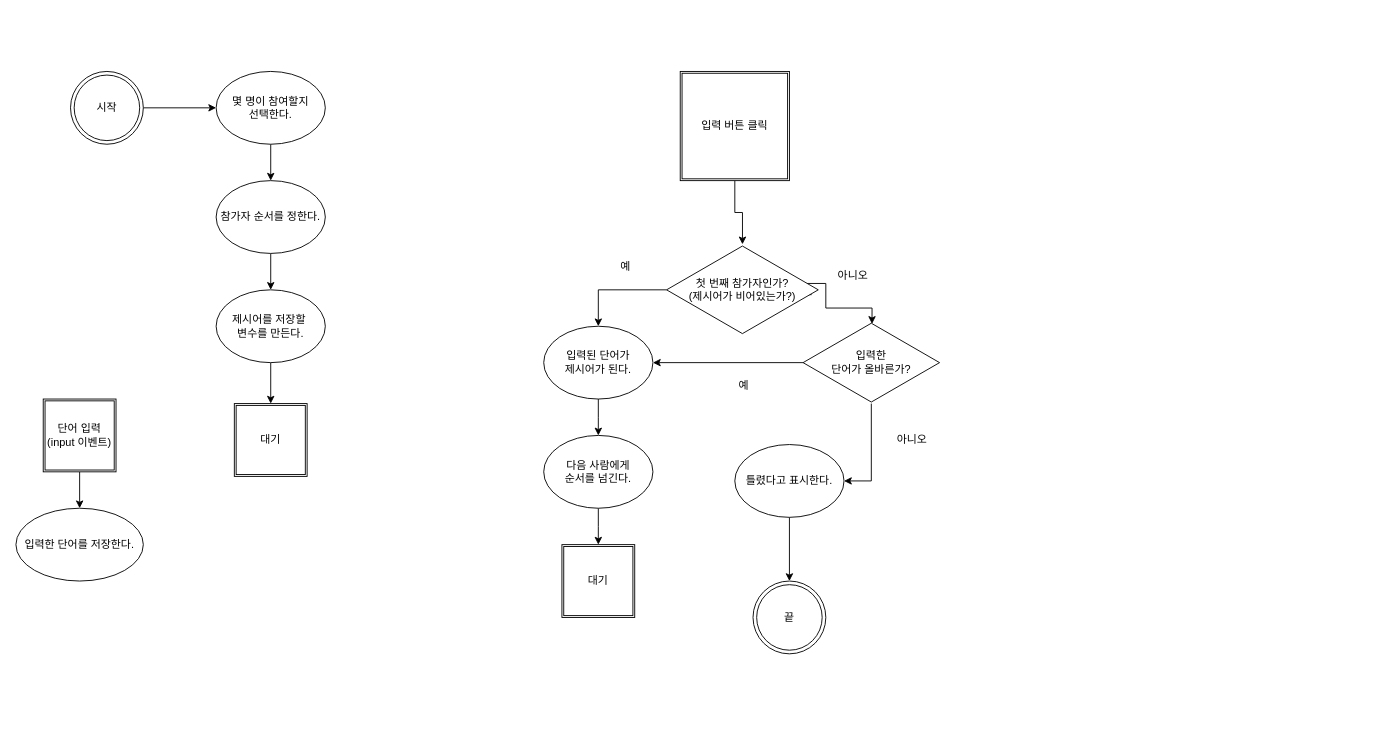
Earlier version of the draw.io diagram word-relay/끝말잇기게임 수정 순서도.drawio (0jyyyyy/WebGame). Source tidied: cells renumbered, new cells numbered last; positions are measured from the earlier drawing's top-left corner, leaving out a move shared by most shapes. Both pictures are drawn from the tidied source at 91%, with x=0, y=0 at pixel (15, 71).
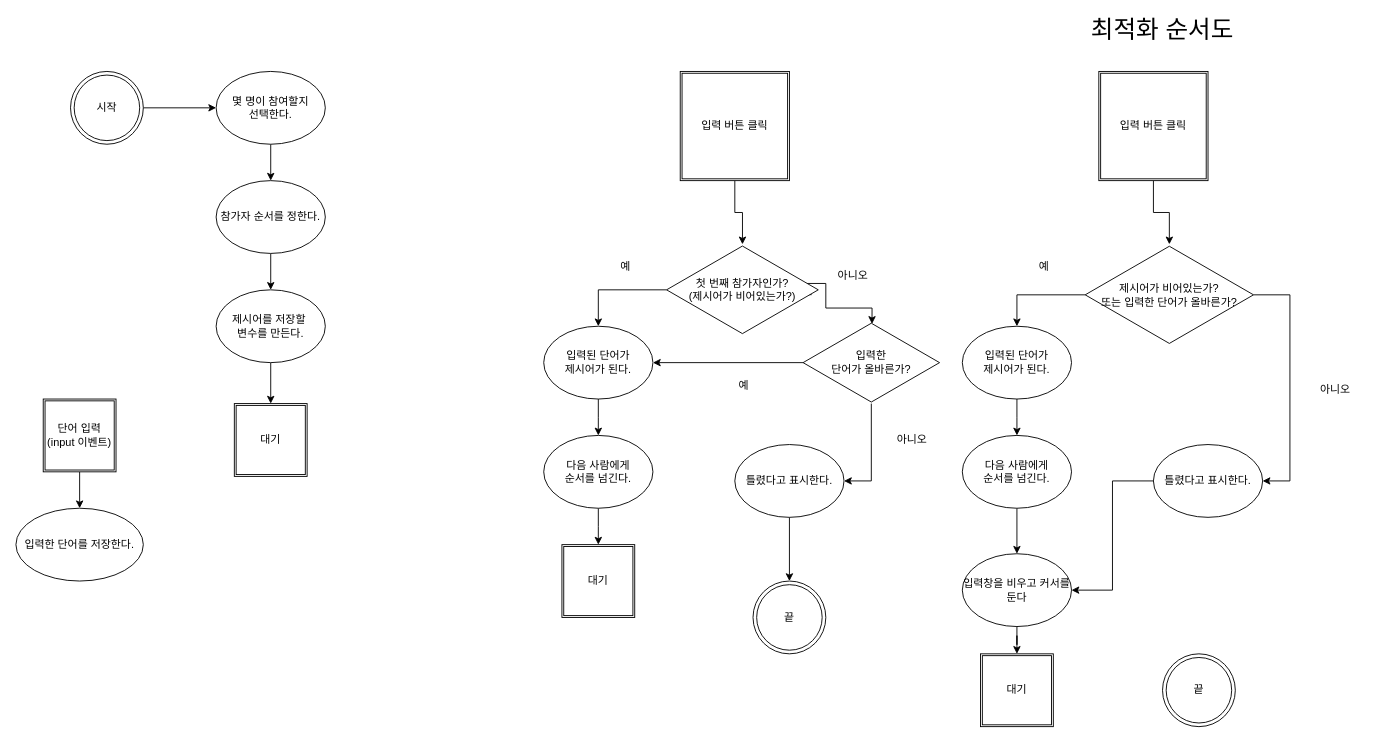
After the change.

Change to the diagram source:
```diff
@@
+    <mxCell id="34" value="최적화 순서도" style="text;html=1;strokeColor=none;fillColor=none;align=center;verticalAlign=middle;whiteSpace=wrap;rounded=0;fontSize=27;" parent="1" vertex="1">
+      <mxGeometry x="1140" y="-60" width="240" height="30" as="geometry" />
+    </mxCell>
+    <mxCell id="35" style="edgeStyle=orthogonalEdgeStyle;rounded=0;jettySize=auto;html=1;" parent="1" edge="1" source="36" target="44">
+      <mxGeometry relative="1" as="geometry" />
+    </mxCell>
+    <mxCell id="36" value="입력 버튼 클릭" style="shape=ext;double=1;whiteSpace=wrap;html=1;" parent="1" vertex="1">
+      <mxGeometry x="1190" width="120" height="120" as="geometry" />
+    </mxCell>
+    <mxCell id="37" style="edgeStyle=orthogonalEdgeStyle;rounded=0;jettySize=auto;html=1;" parent="1" edge="1" source="38">
+      <mxGeometry relative="1" as="geometry">
+        <mxPoint x="1100" y="400" as="targetPoint" />
+      </mxGeometry>
+    </mxCell>
+    <mxCell id="38" value="입력된 단어가&lt;br&gt;제시어가 된다." style="ellipse;whiteSpace=wrap;html=1;" parent="1" vertex="1">
+      <mxGeometry x="1040" y="280" width="120" height="80" as="geometry" />
+    </mxCell>
+    <mxCell id="39" value="예" style="text;html=1;strokeColor=none;fillColor=none;align=center;verticalAlign=middle;whiteSpace=wrap;rounded=0;" parent="1" vertex="1">
+      <mxGeometry x="1100" y="200" width="60" height="30" as="geometry" />
+    </mxCell>
+    <mxCell id="40" value="아니오" style="text;html=1;strokeColor=none;fillColor=none;align=center;verticalAlign=middle;whiteSpace=wrap;rounded=0;" parent="1" vertex="1">
+      <mxGeometry x="1420" y="335" width="60" height="30" as="geometry" />
+    </mxCell>
+    <mxCell id="41" value="끝" style="ellipse;shape=doubleEllipse;whiteSpace=wrap;html=1;" parent="1" vertex="1">
+      <mxGeometry x="1260" y="640" width="80" height="80" as="geometry" />
+    </mxCell>
+    <mxCell id="42" style="edgeStyle=orthogonalEdgeStyle;rounded=0;jettySize=auto;html=1;entryX=0.5;entryY=0;entryDx=0;entryDy=0;" parent="1" edge="1" source="44" target="38">
+      <mxGeometry relative="1" as="geometry" />
+    </mxCell>
+    <mxCell id="43" style="edgeStyle=orthogonalEdgeStyle;rounded=0;jettySize=auto;html=1;fontSize=27;entryX=1;entryY=0.5;entryDx=0;entryDy=0;" parent="1" edge="1" source="44" target="49">
+      <mxGeometry relative="1" as="geometry">
+        <Array as="points">
+          <mxPoint x="1400" y="246" />
+          <mxPoint x="1400" y="450" />
+        </Array>
+      </mxGeometry>
+    </mxCell>
+    <mxCell id="44" value="제시어가 비어있는가?&lt;br&gt;또는 입력한 단어가 올바른가?" style="html=1;whiteSpace=wrap;shape=isoRectangle;" parent="1" vertex="1">
+      <mxGeometry x="1175" y="190" width="185" height="111" as="geometry" />
+    </mxCell>
+    <mxCell id="45" style="edgeStyle=orthogonalEdgeStyle;rounded=0;jettySize=auto;html=1;entryX=0.5;entryY=0;entryDx=0;entryDy=0;" parent="1" edge="1" source="46" target="51">
+      <mxGeometry relative="1" as="geometry" />
+    </mxCell>
+    <mxCell id="46" value="다음 사람에게&lt;br&gt;순서를 넘긴다." style="ellipse;whiteSpace=wrap;html=1;" parent="1" vertex="1">
+      <mxGeometry x="1040" y="400" width="120" height="80" as="geometry" />
+    </mxCell>
+    <mxCell id="47" value="대기" style="shape=ext;double=1;whiteSpace=wrap;html=1;" parent="1" vertex="1">
+      <mxGeometry x="1060" y="640" width="80" height="80" as="geometry" />
+    </mxCell>
+    <mxCell id="48" style="edgeStyle=orthogonalEdgeStyle;rounded=0;jettySize=auto;html=1;entryX=1;entryY=0.5;entryDx=0;entryDy=0;" parent="1" edge="1" source="49" target="51">
+      <mxGeometry relative="1" as="geometry" />
+    </mxCell>
+    <mxCell id="49" value="틀렸다고 표시한다." style="ellipse;whiteSpace=wrap;html=1;" parent="1" vertex="1">
+      <mxGeometry x="1250" y="410" width="120" height="80" as="geometry" />
+    </mxCell>
+    <mxCell id="50" style="edgeStyle=orthogonalEdgeStyle;rounded=0;jettySize=auto;html=1;fontSize=27;" parent="1" edge="1" source="51" target="47">
+      <mxGeometry relative="1" as="geometry" />
+    </mxCell>
+    <mxCell id="51" value="입력창을 비우고 커서를 둔다" style="ellipse;whiteSpace=wrap;html=1;" parent="1" vertex="1">
+      <mxGeometry x="1040" y="530" width="120" height="80" as="geometry" />
+    </mxCell>
```
